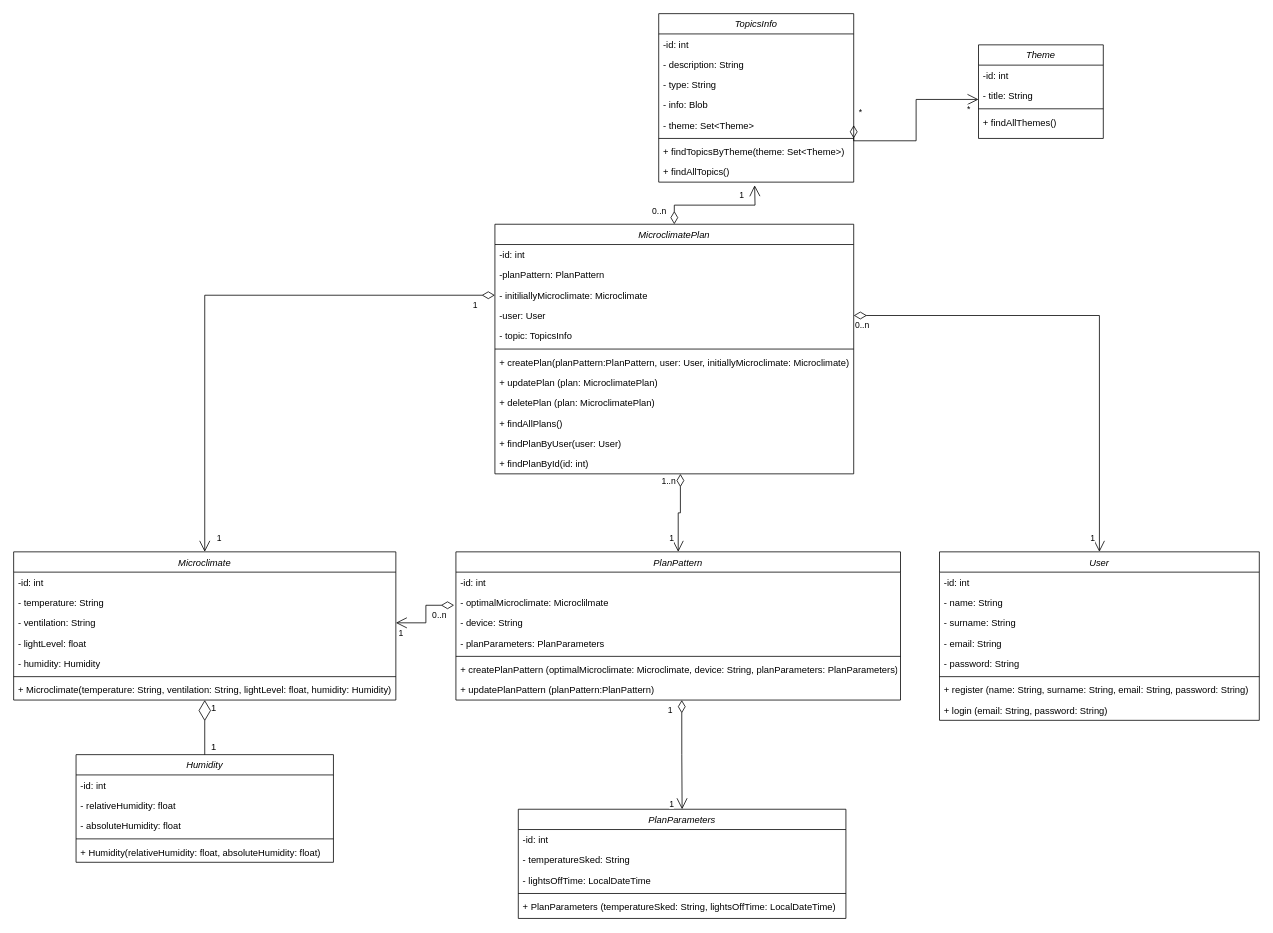
Before: 2-SoftwareDesign/2.5-UMLProgramClasses/UMLProgramClasses.drawio in oleksandrblazhko/ai-212-majorova, a draw.io diagram. Source tidied: cells renumbered, new cells numbered last; positions are measured from the earlier drawing's top-left corner, leaving out a move shared by most shapes. Both pictures are drawn from the tidied source at 78%, with x=0, y=0 at pixel (13, 13).
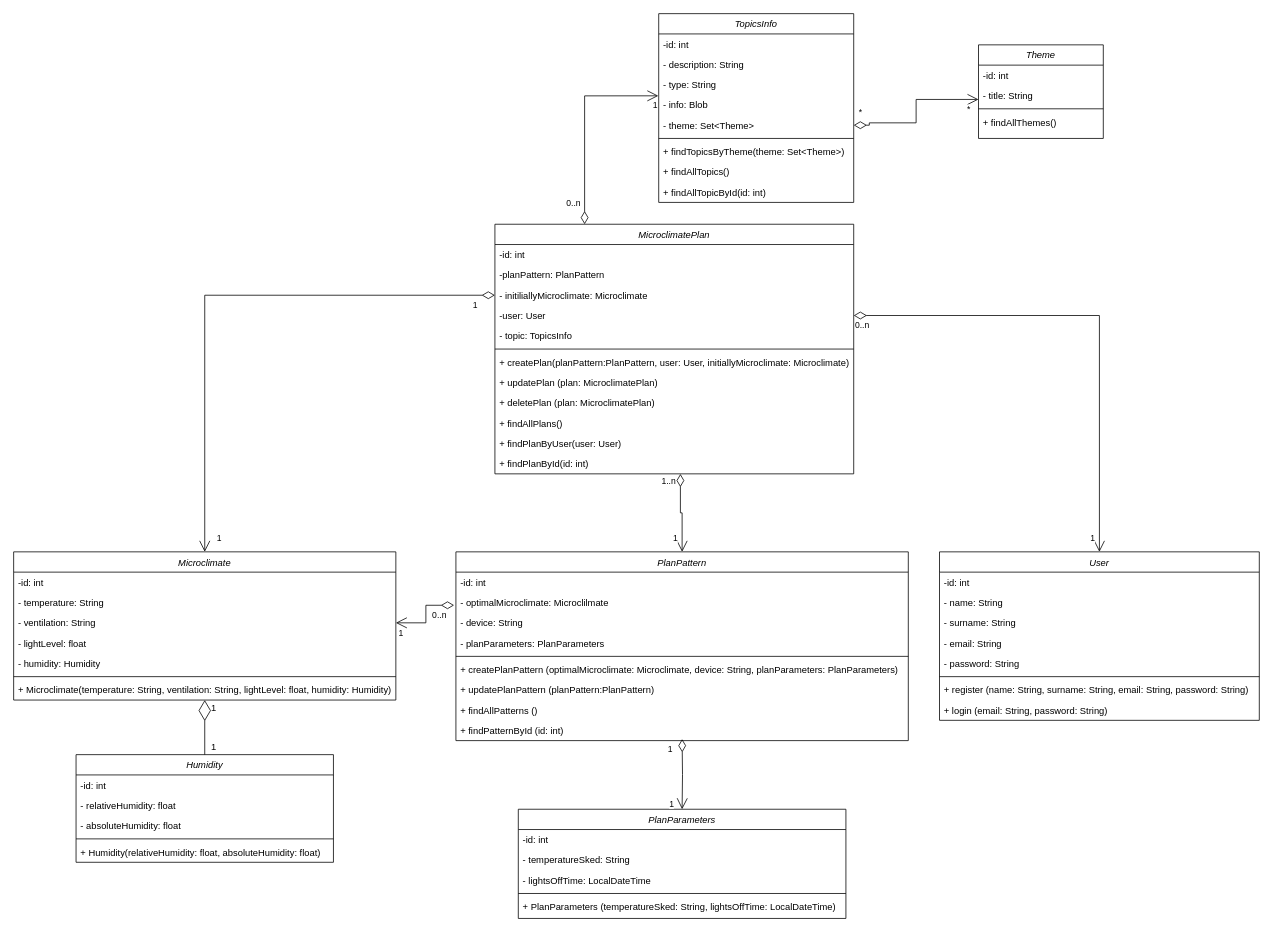
After the change.

Unchanged cells that the change refers to:
```xml
<mxCell id="2" value="MicroclimatePlan" style="swimlane;fontStyle=2;align=center;verticalAlign=top;horizontal=1;startSize=26;rounded=0;shadow=0;strokeWidth=1;" parent="1" vertex="1">
  <mxGeometry x="617" y="270" width="460" height="320" as="geometry" />
</mxCell>
<mxCell id="46" value="PlanParameters" style="swimlane;fontStyle=2;align=center;verticalAlign=top;horizontal=1;startSize=26;rounded=0;shadow=0;strokeWidth=1;" parent="1" vertex="1">
  <mxGeometry x="647" y="1020" width="420" height="140" as="geometry" />
</mxCell>
<mxCell id="72" value="- title: String" style="text;align=left;verticalAlign=top;spacingLeft=4;spacingRight=4;overflow=hidden;points=[[0,0.5],[1,0.5]];portConstraint=eastwest;rounded=0;shadow=0;html=0;" parent="70" vertex="1">
  <mxGeometry y="52" width="160" height="26" as="geometry" />
</mxCell>
<mxCell id="79" value="- info: Blob" style="text;align=left;verticalAlign=top;spacingLeft=4;spacingRight=4;overflow=hidden;points=[[0,0.5],[1,0.5]];portConstraint=eastwest;rounded=0;shadow=0;html=0;" parent="75" vertex="1">
  <mxGeometry y="104" width="250" height="26" as="geometry" />
</mxCell>
<mxCell id="80" value="- theme: Set&lt;Theme&gt;" style="text;align=left;verticalAlign=top;spacingLeft=4;spacingRight=4;overflow=hidden;points=[[0,0.5],[1,0.5]];portConstraint=eastwest;rounded=0;shadow=0;html=0;" parent="75" vertex="1">
  <mxGeometry y="130" width="250" height="26" as="geometry" />
</mxCell>
```

The edit, as a diff of the source:
```diff
@@
     <mxCell id="29" value="PlanPattern" style="swimlane;fontStyle=2;align=center;verticalAlign=top;horizontal=1;startSize=26;rounded=0;shadow=0;strokeWidth=1;" parent="1" vertex="1">
-      <mxGeometry x="567" y="690" width="570" height="190" as="geometry" />
+      <mxGeometry x="567" y="690" width="580" height="242" as="geometry" />
     </mxCell>
     <mxCell id="30" value="-id: int" style="text;align=left;verticalAlign=top;spacingLeft=4;spacingRight=4;overflow=hidden;" parent="29" vertex="1">
-      <mxGeometry y="26" width="570" height="26" as="geometry" />
+      <mxGeometry y="26" width="580" height="26" as="geometry" />
     </mxCell>
     <mxCell id="31" value="- optimalMicroclimate: Microclilmate" style="text;align=left;verticalAlign=top;spacingLeft=4;spacingRight=4;overflow=hidden;points=[[0,0.5],[1,0.5]];portConstraint=eastwest;rounded=0;shadow=0;html=0;" parent="29" vertex="1">
-      <mxGeometry y="52" width="570" height="26" as="geometry" />
+      <mxGeometry y="52" width="580" height="26" as="geometry" />
     </mxCell>
     <mxCell id="32" value="- device: String" style="text;align=left;verticalAlign=top;spacingLeft=4;spacingRight=4;overflow=hidden;rounded=0;shadow=0;html=0;" parent="29" vertex="1">
-      <mxGeometry y="78" width="570" height="26" as="geometry" />
+      <mxGeometry y="78" width="580" height="26" as="geometry" />
     </mxCell>
     <mxCell id="33" value="- planParameters: PlanParameters" style="text;align=left;verticalAlign=top;spacingLeft=4;spacingRight=4;overflow=hidden;rounded=0;shadow=0;html=0;" parent="29" vertex="1">
-      <mxGeometry y="104" width="570" height="26" as="geometry" />
+      <mxGeometry y="104" width="580" height="26" as="geometry" />
     </mxCell>
     <mxCell id="34" style="line;html=1;strokeWidth=1;align=left;verticalAlign=middle;spacingTop=-1;spacingLeft=3;spacingRight=3;labelPosition=right;" parent="29" vertex="1">
-      <mxGeometry y="130" width="570" height="8" as="geometry" />
+      <mxGeometry y="130" width="580" height="8" as="geometry" />
     </mxCell>
     <mxCell id="35" value="+ createPlanPattern (optimalMicroclimate: Microclimate, device: String, planParameters: PlanParameters)" style="text;align=left;verticalAlign=top;spacingLeft=4;spacingRight=4;overflow=hidden;rounded=0;shadow=0;html=0;" parent="29" vertex="1">
-      <mxGeometry y="138" width="570" height="26" as="geometry" />
+      <mxGeometry y="138" width="580" height="26" as="geometry" />
     </mxCell>
     <mxCell id="36" value="+ updatePlanPattern (planPattern:PlanPattern)" style="text;align=left;verticalAlign=top;spacingLeft=4;spacingRight=4;overflow=hidden;points=[[0,0.5],[1,0.5]];portConstraint=eastwest;rounded=0;shadow=0;html=0;" parent="29" vertex="1">
-      <mxGeometry y="164" width="570" height="26" as="geometry" />
+      <mxGeometry y="164" width="580" height="26" as="geometry" />
     </mxCell>
+    <mxCell id="90" value="+ findAllPatterns ()" style="text;align=left;verticalAlign=top;spacingLeft=4;spacingRight=4;overflow=hidden;rounded=0;shadow=0;html=0;" parent="29" vertex="1">
+      <mxGeometry y="190" width="580" height="26" as="geometry" />
+    </mxCell>
+    <mxCell id="91" value="+ findPatternById (id: int)" style="text;align=left;verticalAlign=top;spacingLeft=4;spacingRight=4;overflow=hidden;rounded=0;shadow=0;html=0;" parent="29" vertex="1">
+      <mxGeometry y="216" width="580" height="26" as="geometry" />
+    </mxCell>
@@
-    <mxCell id="53" style="endArrow=open;html=1;endSize=12;startArrow=diamondThin;startSize=14;startFill=0;edgeStyle=orthogonalEdgeStyle;rounded=0;entryX=0.5;entryY=0;entryDx=0;entryDy=0;exitX=0.508;exitY=1;exitDx=0;exitDy=0;exitPerimeter=0;" parent="1" edge="1" source="36" target="46">
-      <mxGeometry relative="1" as="geometry" />
+    <mxCell id="53" style="endArrow=open;html=1;endSize=12;startArrow=diamondThin;startSize=14;startFill=0;edgeStyle=orthogonalEdgeStyle;rounded=0;entryX=0.5;entryY=0;entryDx=0;entryDy=0;" parent="1" edge="1" target="46">
+      <mxGeometry relative="1" as="geometry">
+        <mxPoint x="857" y="930" as="sourcePoint" />
+      </mxGeometry>
     </mxCell>
@@
     <mxCell id="75" value="TopicsInfo" style="swimlane;fontStyle=2;align=center;verticalAlign=top;horizontal=1;startSize=26;rounded=0;shadow=0;strokeWidth=1;" parent="1" vertex="1">
-      <mxGeometry x="827" width="250" height="216" as="geometry" />
+      <mxGeometry x="827" width="250" height="242" as="geometry" />
     </mxCell>
@@
+    <mxCell id="92" value="+ findAllTopicById(id: int)" style="text;align=left;verticalAlign=top;spacingLeft=4;spacingRight=4;overflow=hidden;rounded=0;shadow=0;html=0;" parent="75" vertex="1">
+      <mxGeometry y="216" width="250" height="26" as="geometry" />
+    </mxCell>
     <mxCell id="84" style="endArrow=open;html=1;endSize=12;startArrow=diamondThin;startSize=14;startFill=0;edgeStyle=orthogonalEdgeStyle;rounded=0;exitX=1;exitY=0.5;exitDx=0;exitDy=0;entryX=0;entryY=0.692;entryDx=0;entryDy=0;entryPerimeter=0;" parent="1" edge="1" source="80" target="72">
       <mxGeometry relative="1" as="geometry">
         <Array as="points">
-          <mxPoint x="1157" y="163" />
+          <mxPoint x="1097" y="143" />
+          <mxPoint x="1097" y="140" />
+          <mxPoint x="1157" y="140" />
           <mxPoint x="1157" y="110" />
         </Array>
       </mxGeometry>
     </mxCell>
@@
-    <mxCell id="87" style="endArrow=open;html=1;endSize=12;startArrow=diamondThin;startSize=14;startFill=0;edgeStyle=orthogonalEdgeStyle;rounded=0;exitX=0.5;exitY=0;exitDx=0;exitDy=0;" parent="1" edge="1" source="2">
-      <mxGeometry relative="1" as="geometry">
-        <mxPoint x="950" y="220" as="targetPoint" />
-      </mxGeometry>
-    </mxCell>
+    <mxCell id="93" style="endArrow=open;html=1;endSize=12;startArrow=diamondThin;startSize=14;startFill=0;edgeStyle=orthogonalEdgeStyle;rounded=0;exitX=0.25;exitY=0;exitDx=0;exitDy=0;entryX=-0.002;entryY=0.052;entryDx=0;entryDy=0;entryPerimeter=0;" parent="1" edge="1" source="2" target="79">
+      <mxGeometry relative="1" as="geometry" />
+    </mxCell>
-    <mxCell id="88" value="0..n" style="edgeLabel;html=1;align=left;verticalAlign=top;" parent="87" vertex="1">
+    <mxCell id="88" value="0..n" style="edgeLabel;html=1;align=left;verticalAlign=top;" parent="93" vertex="1">
       <mxGeometry x="-1" relative="1" as="geometry">
-        <mxPoint x="-30" y="-30" as="offset" />
+        <mxPoint x="-25" y="-40" as="offset" />
       </mxGeometry>
     </mxCell>
-    <mxCell id="89" value="1" style="edgeLabel;html=1;align=right;verticalAlign=top;" parent="87" vertex="1">
-      <mxGeometry x="1" relative="1" as="geometry">
-        <mxPoint x="-13" as="offset" />
-      </mxGeometry>
+    <mxCell id="89" value="1" style="edgeLabel;html=1;align=right;verticalAlign=top;" parent="93" vertex="1">
+      <mxGeometry x="1" relative="1" as="geometry" />
     </mxCell>
```
